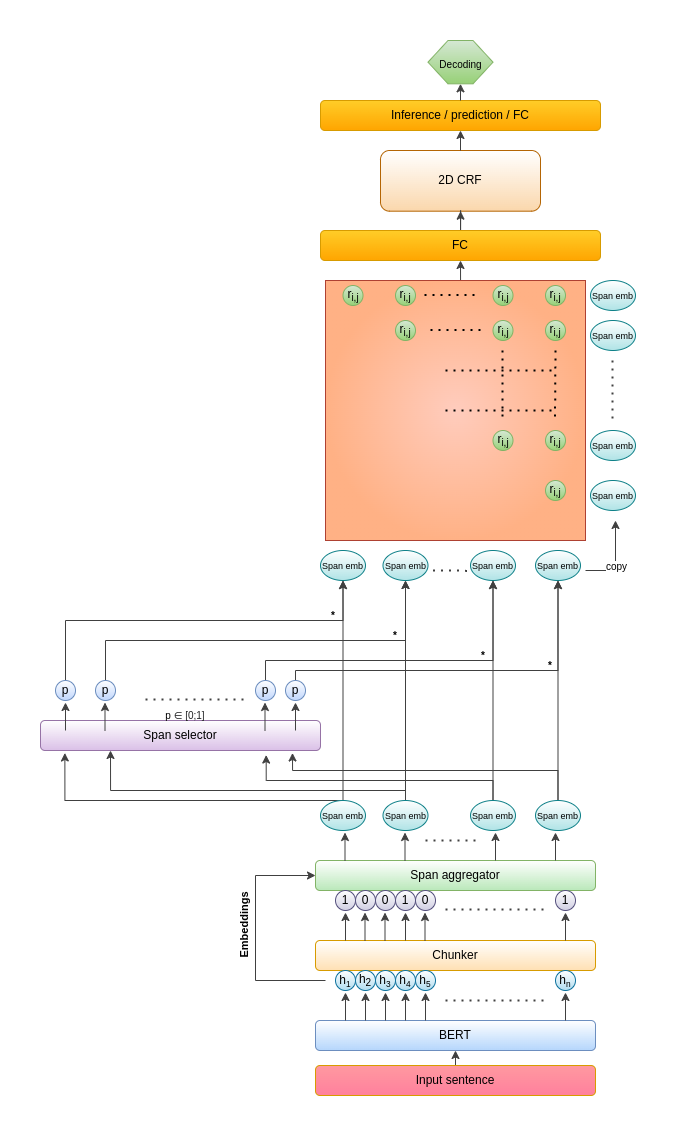
This is assets/chunk-ASTE.png from NaIwo/Span-ASTE, a draw.io export, as it was before one commit. Source tidied: cells renumbered, new cells last; positions are measured from the earlier drawing's top-left corner, leaving out a move shared by most shapes.
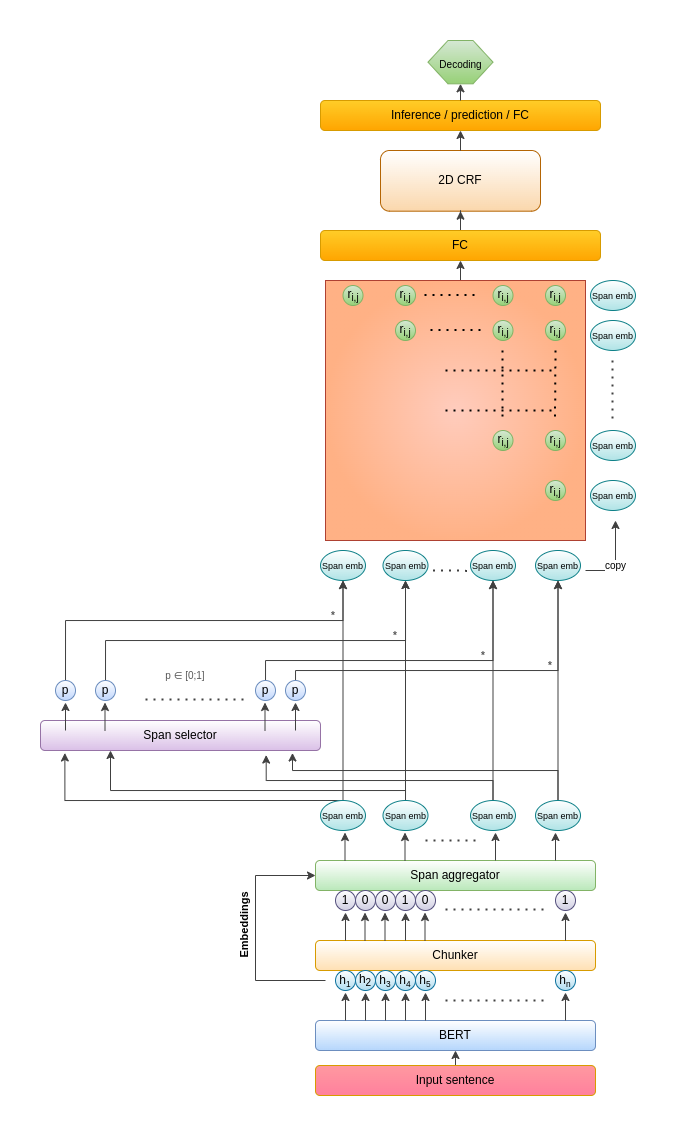
After the change.

What changed in the source:
```diff
@@ -426,8 +426,8 @@
         <mxPoint x="205" y="659" as="targetPoint" />
       </mxGeometry>
     </mxCell>
-    <mxCell id="93" value="&lt;font style=&quot;font-size: 10px&quot;&gt;p&amp;nbsp;&lt;span style=&quot;color: rgb(32 , 33 , 34) ; font-family: sans-serif&quot;&gt;∈ [0;1]&lt;/span&gt;&lt;/font&gt;" style="text;html=1;strokeColor=none;fillColor=none;align=center;verticalAlign=middle;whiteSpace=wrap;rounded=0;fontSize=10;" parent="1" vertex="1">
-      <mxGeometry x="115" y="660" width="60" height="30" as="geometry" />
+    <mxCell id="93" value="&lt;font color=&quot;#575757&quot; style=&quot;font-size: 10px&quot;&gt;p&amp;nbsp;&lt;span style=&quot;font-family: sans-serif;&quot;&gt;∈ [0;1]&lt;/span&gt;&lt;/font&gt;" style="text;html=1;strokeColor=none;fillColor=none;align=center;verticalAlign=middle;whiteSpace=wrap;rounded=0;fontSize=10;" parent="1" vertex="1">
+      <mxGeometry x="115" y="620" width="60" height="30" as="geometry" />
     </mxCell>
     <mxCell id="94" value="&lt;font style=&quot;font-size: 9px&quot;&gt;Span emb&lt;/font&gt;" style="ellipse;whiteSpace=wrap;html=1;fontSize=11;fillColor=#b0e3e6;strokeColor=#0e8088;gradientColor=#ffffff;gradientDirection=north;" parent="1" vertex="1">
       <mxGeometry x="495" y="510" width="45" height="30" as="geometry" />
@@ -449,16 +449,16 @@
         </Array>
       </mxGeometry>
     </mxCell>
-    <mxCell id="99" value="&lt;b&gt;*&lt;/b&gt;" style="text;html=1;strokeColor=none;fillColor=none;align=center;verticalAlign=middle;whiteSpace=wrap;rounded=0;fontSize=10;" parent="1" vertex="1">
+    <mxCell id="99" value="&lt;b&gt;&lt;font color=&quot;#575757&quot;&gt;*&lt;/font&gt;&lt;/b&gt;" style="text;html=1;strokeColor=none;fillColor=none;align=center;verticalAlign=middle;whiteSpace=wrap;rounded=0;fontSize=10;" parent="1" vertex="1">
       <mxGeometry x="500" y="620" width="20" height="10" as="geometry" />
     </mxCell>
-    <mxCell id="100" value="&lt;b&gt;*&lt;/b&gt;" style="text;html=1;strokeColor=none;fillColor=none;align=center;verticalAlign=middle;whiteSpace=wrap;rounded=0;fontSize=10;" parent="1" vertex="1">
+    <mxCell id="100" value="&lt;b&gt;&lt;font color=&quot;#575757&quot;&gt;*&lt;/font&gt;&lt;/b&gt;" style="text;html=1;strokeColor=none;fillColor=none;align=center;verticalAlign=middle;whiteSpace=wrap;rounded=0;fontSize=10;" parent="1" vertex="1">
       <mxGeometry x="432.5" y="610" width="20" height="10" as="geometry" />
     </mxCell>
-    <mxCell id="101" value="&lt;b&gt;*&lt;/b&gt;" style="text;html=1;strokeColor=none;fillColor=none;align=center;verticalAlign=middle;whiteSpace=wrap;rounded=0;fontSize=10;" parent="1" vertex="1">
+    <mxCell id="101" value="&lt;b&gt;&lt;font color=&quot;#575757&quot;&gt;*&lt;/font&gt;&lt;/b&gt;" style="text;html=1;strokeColor=none;fillColor=none;align=center;verticalAlign=middle;whiteSpace=wrap;rounded=0;fontSize=10;" parent="1" vertex="1">
       <mxGeometry x="345" y="590" width="20" height="10" as="geometry" />
     </mxCell>
-    <mxCell id="102" value="&lt;b&gt;*&lt;/b&gt;" style="text;html=1;strokeColor=none;fillColor=none;align=center;verticalAlign=middle;whiteSpace=wrap;rounded=0;fontSize=10;" parent="1" vertex="1">
+    <mxCell id="102" value="&lt;b&gt;&lt;font color=&quot;#575757&quot;&gt;*&lt;/font&gt;&lt;/b&gt;" style="text;html=1;strokeColor=none;fillColor=none;align=center;verticalAlign=middle;whiteSpace=wrap;rounded=0;fontSize=10;" parent="1" vertex="1">
       <mxGeometry x="282.5" y="570" width="20" height="10" as="geometry" />
     </mxCell>
     <mxCell id="103" style="endArrow=none;dashed=1;html=1;dashPattern=1 3;strokeWidth=2;rounded=0;" parent="1" edge="1">
```
